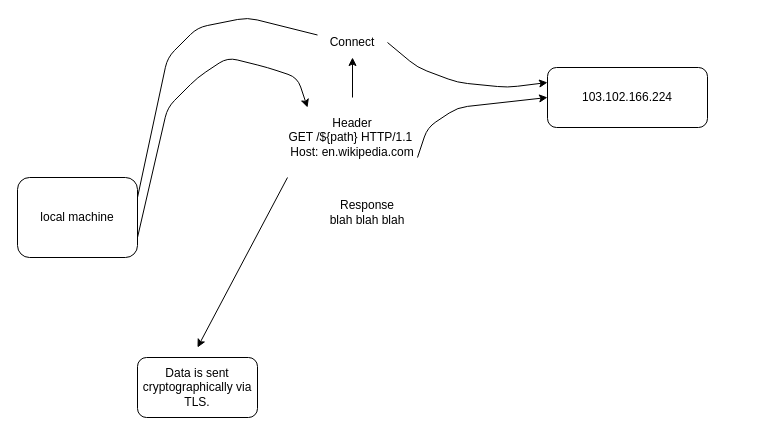
Before: .drawio in FreezB11/MySSL, a draw.io diagram. Source tidied: cells renumbered, new cells numbered last; positions are measured from the earlier drawing's top-left corner, leaving out a move shared by most shapes. Both pictures are drawn from the tidied source at 100%, with x=0, y=0 at pixel (17, 17).
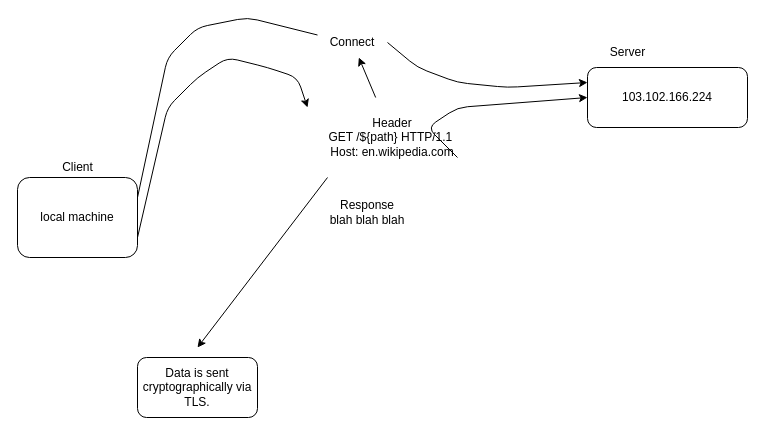
Above is the later version.

Diff of the diagram source:
```diff
@@
     <mxCell id="4" value="103.102.166.224" style="rounded=1;whiteSpace=wrap;html=1;" parent="1" vertex="1">
-      <mxGeometry x="530" y="50" width="160" height="60" as="geometry" />
+      <mxGeometry x="570" y="50" width="160" height="60" as="geometry" />
     </mxCell>
@@
     <mxCell id="11" value="Header&lt;br&gt;GET /${path} HTTP/1.1&amp;nbsp;&lt;br&gt;Host: en.wikipedia.com" style="text;html=1;strokeColor=none;fillColor=none;align=center;verticalAlign=middle;whiteSpace=wrap;rounded=0;" parent="1" vertex="1">
-      <mxGeometry x="270" y="80" width="130" height="80" as="geometry" />
+      <mxGeometry x="310" y="80" width="130" height="80" as="geometry" />
     </mxCell>
@@
+    <mxCell id="14" value="Server&lt;br&gt;" style="text;html=1;align=center;verticalAlign=middle;strokeColor=none;fillColor=none;" parent="1" vertex="1">
+      <mxGeometry x="580" y="20" width="60" height="30" as="geometry" />
+    </mxCell>
+    <mxCell id="15" value="Client" style="text;html=1;align=center;verticalAlign=middle;strokeColor=none;fillColor=none;" parent="1" vertex="1">
+      <mxGeometry x="35" y="135" width="50" height="30" as="geometry" />
+    </mxCell>
```
